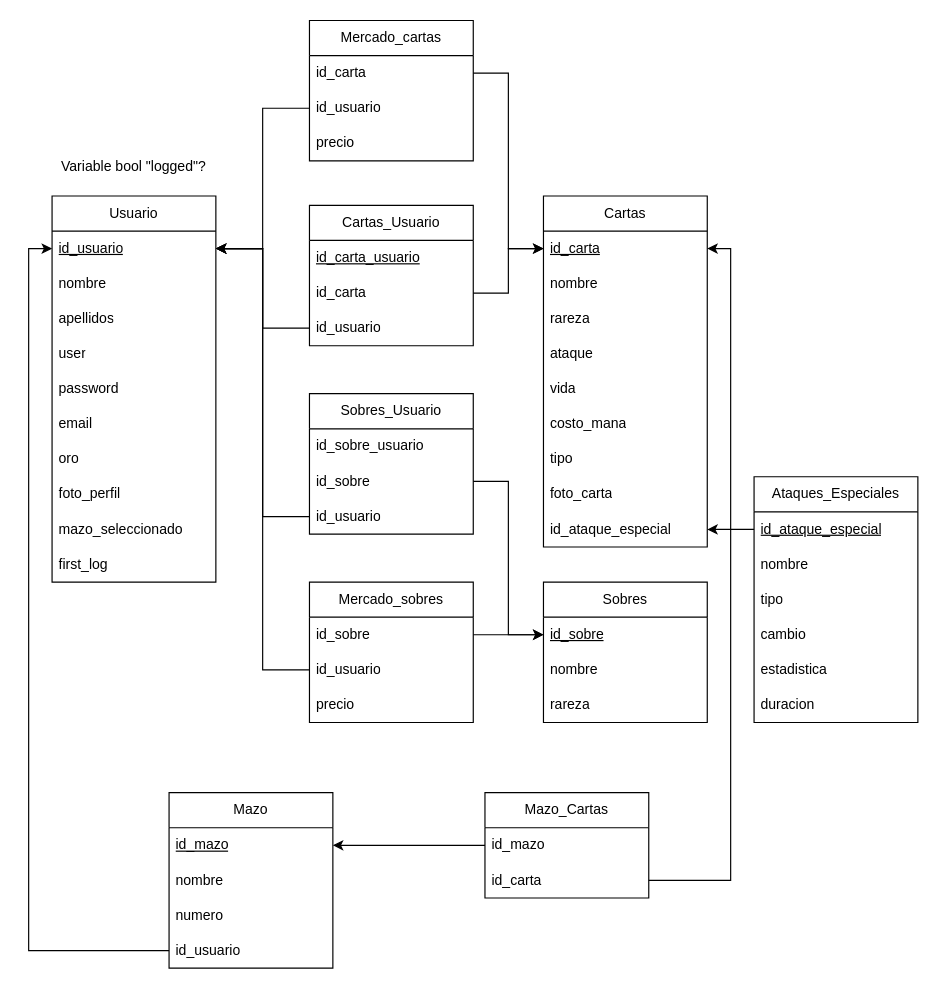
MiguelGallardoRevaliente/ProjecteFinal keeps this draw.io diagram as Diagramas/BBDD.drawio. Above is the earlier version. Source tidied: cells renumbered, new cells numbered last; positions are measured from the earlier drawing's top-left corner, leaving out a move shared by most shapes. Both pictures are drawn from the tidied source at 117%, with x=0, y=0 at pixel (51, 20).
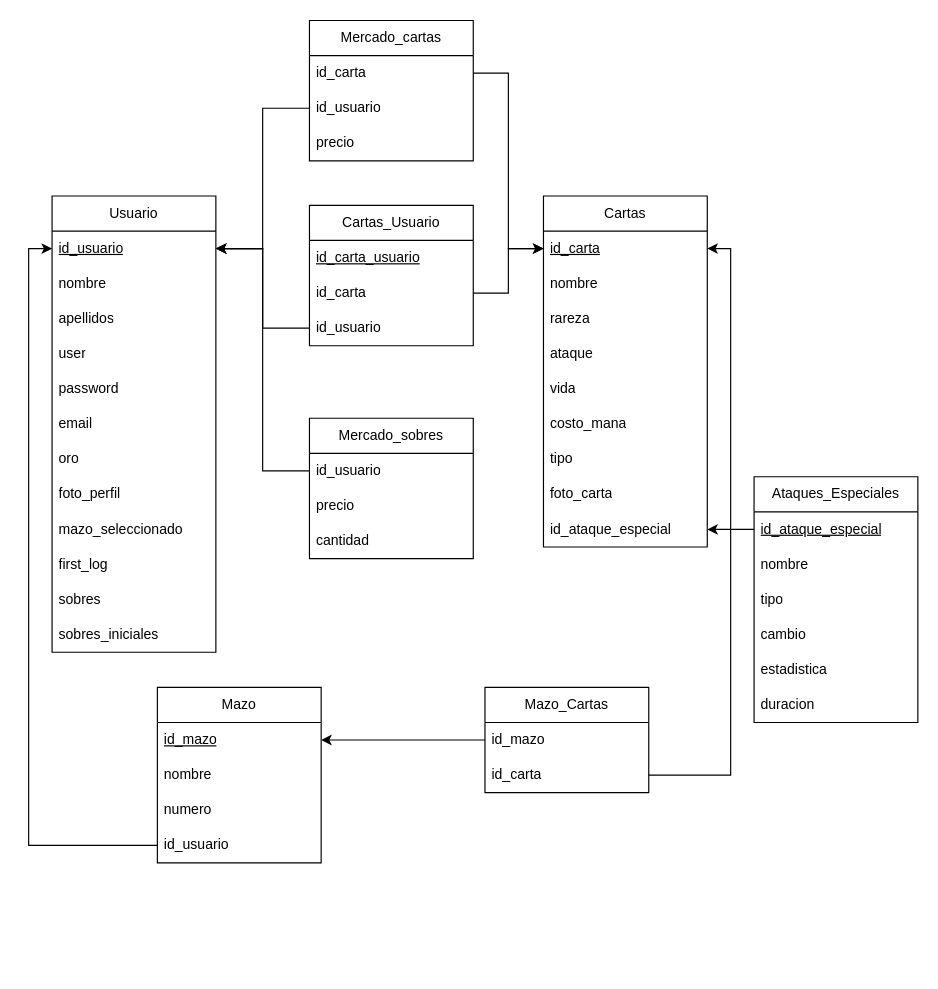
Above is the later version.

Unchanged cells that the change refers to:
```xml
<mxCell id="3" value="&lt;u&gt;id_usuario&lt;/u&gt;" style="text;strokeColor=none;fillColor=none;align=left;verticalAlign=middle;spacingLeft=4;spacingRight=4;overflow=hidden;points=[[0,0.5],[1,0.5]];portConstraint=eastwest;whiteSpace=wrap;html=1;" parent="2" vertex="1">
  <mxGeometry y="30" width="140" height="30" as="geometry" />
</mxCell>
```

What changed in the source:
```diff
@@
     <mxCell id="2" value="Usuario" style="swimlane;fontStyle=0;horizontal=1;startSize=30;whiteSpace=wrap;html=1;" parent="1" vertex="1">
-      <mxGeometry y="150" width="140" height="330" as="geometry" />
+      <mxGeometry y="150" width="140" height="390" as="geometry" />
     </mxCell>
@@
+    <mxCell id="71" value="sobres" style="text;strokeColor=none;fillColor=none;align=left;verticalAlign=middle;spacingLeft=4;spacingRight=4;overflow=hidden;whiteSpace=wrap;html=1;" parent="2" vertex="1">
+      <mxGeometry y="330" width="140" height="30" as="geometry" />
+    </mxCell>
+    <mxCell id="72" value="sobres_iniciales" style="text;strokeColor=none;fillColor=none;align=left;verticalAlign=middle;spacingLeft=4;spacingRight=4;overflow=hidden;whiteSpace=wrap;html=1;" parent="2" vertex="1">
+      <mxGeometry y="360" width="140" height="30" as="geometry" />
+    </mxCell>
@@
-    <mxCell id="27" value="Variable bool &quot;logged&quot;?" style="text;html=1;align=center;verticalAlign=middle;whiteSpace=wrap;rounded=0;" parent="1" vertex="1">
-      <mxGeometry x="5" y="110" width="130" height="30" as="geometry" />
-    </mxCell>
-    <mxCell id="28" value="Sobres" style="swimlane;fontStyle=0;horizontal=1;startSize=30;whiteSpace=wrap;html=1;" parent="1" vertex="1">
-      <mxGeometry x="420" y="480" width="140" height="120" as="geometry" />
-    </mxCell>
-    <mxCell id="29" value="&lt;u&gt;id_sobre&lt;/u&gt;" style="text;strokeColor=none;fillColor=none;align=left;verticalAlign=middle;spacingLeft=4;spacingRight=4;overflow=hidden;points=[[0,0.5],[1,0.5]];portConstraint=eastwest;whiteSpace=wrap;html=1;" parent="28" vertex="1">
-      <mxGeometry y="30" width="140" height="30" as="geometry" />
-    </mxCell>
-    <mxCell id="30" value="nombre" style="text;strokeColor=none;fillColor=none;align=left;verticalAlign=middle;spacingLeft=4;spacingRight=4;overflow=hidden;whiteSpace=wrap;html=1;" parent="28" vertex="1">
-      <mxGeometry y="60" width="140" height="30" as="geometry" />
-    </mxCell>
-    <mxCell id="31" value="rareza" style="text;strokeColor=none;fillColor=none;align=left;verticalAlign=middle;spacingLeft=4;spacingRight=4;overflow=hidden;whiteSpace=wrap;html=1;" parent="28" vertex="1">
-      <mxGeometry y="90" width="140" height="30" as="geometry" />
-    </mxCell>
-    <mxCell id="32" value="Sobres_Usuario" style="swimlane;fontStyle=0;horizontal=1;startSize=30;whiteSpace=wrap;html=1;" parent="1" vertex="1">
-      <mxGeometry x="220" y="319" width="140" height="120" as="geometry" />
-    </mxCell>
-    <mxCell id="33" value="id_sobre_usuario" style="text;strokeColor=none;fillColor=none;align=left;verticalAlign=middle;spacingLeft=4;spacingRight=4;overflow=hidden;whiteSpace=wrap;html=1;" parent="32" vertex="1">
-      <mxGeometry y="30" width="140" height="30" as="geometry" />
-    </mxCell>
-    <mxCell id="34" value="id_sobre" style="text;strokeColor=none;fillColor=none;align=left;verticalAlign=middle;spacingLeft=4;spacingRight=4;overflow=hidden;points=[[0,0.5],[1,0.5]];portConstraint=eastwest;whiteSpace=wrap;html=1;" parent="32" vertex="1">
-      <mxGeometry y="60" width="140" height="30" as="geometry" />
-    </mxCell>
-    <mxCell id="35" value="id_usuario" style="text;strokeColor=none;fillColor=none;align=left;verticalAlign=middle;spacingLeft=4;spacingRight=4;overflow=hidden;points=[[0,0.5],[1,0.5]];portConstraint=eastwest;whiteSpace=wrap;html=1;" parent="32" vertex="1">
-      <mxGeometry y="90" width="140" height="30" as="geometry" />
-    </mxCell>
@@
-    <mxCell id="38" style="edgeStyle=orthogonalEdgeStyle;rounded=0;jettySize=auto;html=1;entryX=1;entryY=0.5;entryDx=0;entryDy=0;" parent="1" edge="1" source="35" target="3">
-      <mxGeometry relative="1" as="geometry" />
-    </mxCell>
-    <mxCell id="39" style="edgeStyle=orthogonalEdgeStyle;rounded=0;jettySize=auto;html=1;entryX=0;entryY=0.5;entryDx=0;entryDy=0;" parent="1" edge="1" source="34" target="29">
-      <mxGeometry relative="1" as="geometry" />
-    </mxCell>
@@
     <mxCell id="46" value="Mercado_sobres" style="swimlane;fontStyle=0;horizontal=1;startSize=30;whiteSpace=wrap;html=1;" parent="1" vertex="1">
-      <mxGeometry x="220" y="480" width="140" height="120" as="geometry" />
+      <mxGeometry x="220" y="340" width="140" height="120" as="geometry" />
     </mxCell>
-    <mxCell id="47" value="id_sobre" style="text;strokeColor=none;fillColor=none;align=left;verticalAlign=middle;spacingLeft=4;spacingRight=4;overflow=hidden;points=[[0,0.5],[1,0.5]];portConstraint=eastwest;whiteSpace=wrap;html=1;" parent="46" vertex="1">
-      <mxGeometry y="30" width="140" height="30" as="geometry" />
-    </mxCell>
     <mxCell id="48" value="id_usuario" style="text;strokeColor=none;fillColor=none;align=left;verticalAlign=middle;spacingLeft=4;spacingRight=4;overflow=hidden;points=[[0,0.5],[1,0.5]];portConstraint=eastwest;whiteSpace=wrap;html=1;" parent="46" vertex="1">
-      <mxGeometry y="60" width="140" height="30" as="geometry" />
+      <mxGeometry y="30" width="140" height="30" as="geometry" />
     </mxCell>
     <mxCell id="49" value="precio" style="text;strokeColor=none;fillColor=none;align=left;verticalAlign=middle;spacingLeft=4;spacingRight=4;overflow=hidden;whiteSpace=wrap;html=1;" parent="46" vertex="1">
-      <mxGeometry y="90" width="140" height="30" as="geometry" />
+      <mxGeometry y="60" width="140" height="30" as="geometry" />
     </mxCell>
-    <mxCell id="50" style="edgeStyle=orthogonalEdgeStyle;rounded=0;jettySize=auto;html=1;entryX=0;entryY=0.5;entryDx=0;entryDy=0;" parent="1" edge="1" source="47" target="29">
-      <mxGeometry relative="1" as="geometry" />
-    </mxCell>
+    <mxCell id="73" value="cantidad" style="text;strokeColor=none;fillColor=none;align=left;verticalAlign=middle;spacingLeft=4;spacingRight=4;overflow=hidden;whiteSpace=wrap;html=1;" parent="46" vertex="1">
+      <mxGeometry y="90" width="140" height="30" as="geometry" />
+    </mxCell>
@@
     <mxCell id="52" value="Mazo" style="swimlane;fontStyle=0;horizontal=1;startSize=30;whiteSpace=wrap;html=1;" parent="1" vertex="1">
-      <mxGeometry x="100" y="660" width="140" height="150" as="geometry" />
+      <mxGeometry x="90" y="570" width="140" height="150" as="geometry" />
     </mxCell>
@@
     <mxCell id="57" value="Mazo_Cartas" style="swimlane;fontStyle=0;horizontal=1;startSize=30;whiteSpace=wrap;html=1;" parent="1" vertex="1">
-      <mxGeometry x="370" y="660" width="140" height="90" as="geometry" />
+      <mxGeometry x="370" y="570" width="140" height="90" as="geometry" />
     </mxCell>
```
